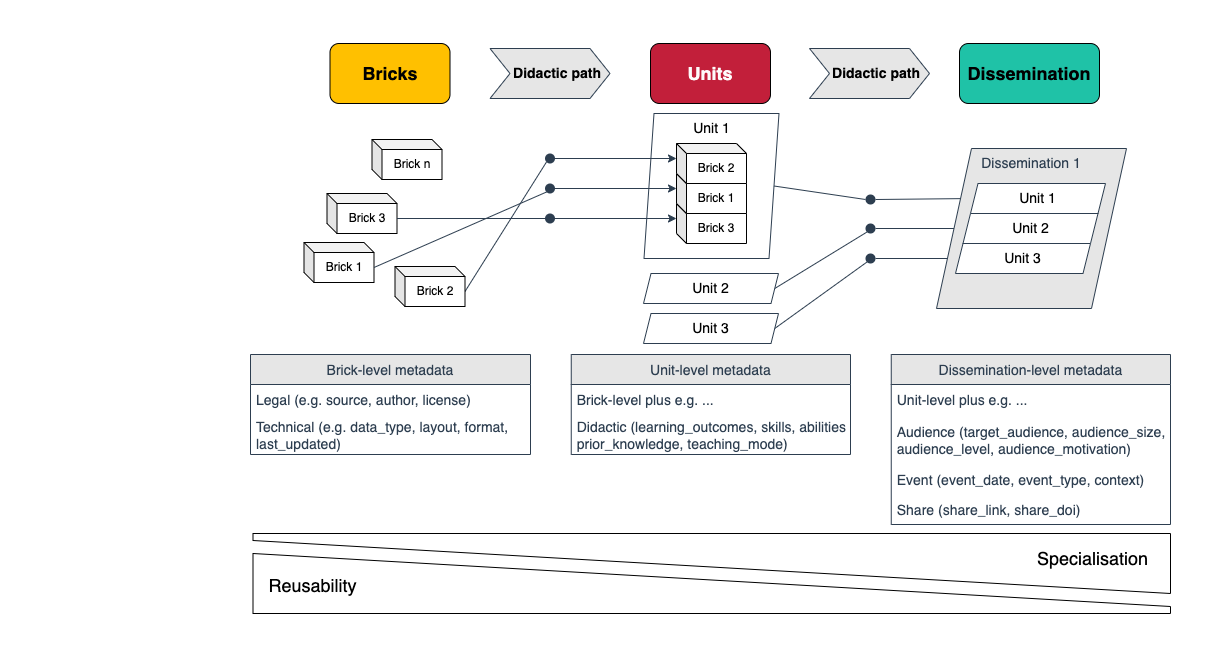
Earlier version of the draw.io export cordi2023_files/poster/images/Three_Levelled_Concept.drawio.png (nfdi4plants/teaching-materials-concept). Source tidied: cells renumbered, new cells last; positions are measured from the earlier drawing's top-left corner, leaving out a move shared by most shapes.
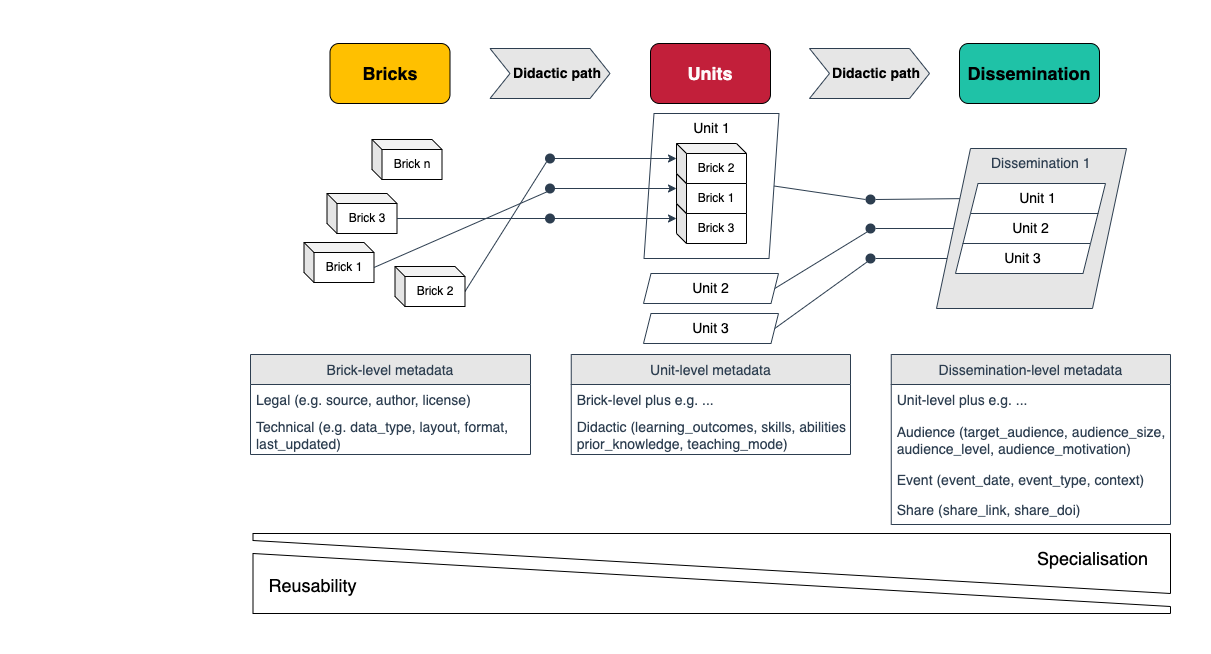
After the commit.

Diff of the diagram source:
```diff
@@ -161,7 +161,7 @@
     <mxCell id="54" style="group;" parent="1" vertex="1">
       <mxGeometry x="936" y="148" width="190" height="160" as="geometry" />
     </mxCell>
-    <mxCell id="55" value="Dissemination 1" style="shape=parallelogram;perimeter=parallelogramPerimeter;whiteSpace=wrap;html=1;fixedSize=1;fontSize=14;fontColor=#2D3E50;strokeColor=#2D3E50;fillColor=#E6E6E6;size=35;verticalAlign=top;" parent="54" vertex="1">
+    <mxCell id="55" value="&lt;div style=&quot;&quot;&gt;&lt;span style=&quot;background-color: initial;&quot;&gt;&amp;nbsp; &amp;nbsp; &amp;nbsp;Dissemination 1&lt;/span&gt;&lt;/div&gt;" style="shape=parallelogram;perimeter=parallelogramPerimeter;whiteSpace=wrap;html=1;fixedSize=1;fontSize=14;fontColor=#2D3E50;strokeColor=#2D3E50;fillColor=#E6E6E6;size=34;verticalAlign=top;align=center;" parent="54" vertex="1">
       <mxGeometry width="190" height="160" as="geometry" />
     </mxCell>
     <mxCell id="56" value="Unit 1" style="shape=parallelogram;perimeter=parallelogramPerimeter;whiteSpace=wrap;html=1;fixedSize=1;fontSize=14;strokeColor=#2D3E50;fillColor=default;verticalAlign=top;size=7.5;" parent="54" vertex="1">
```
